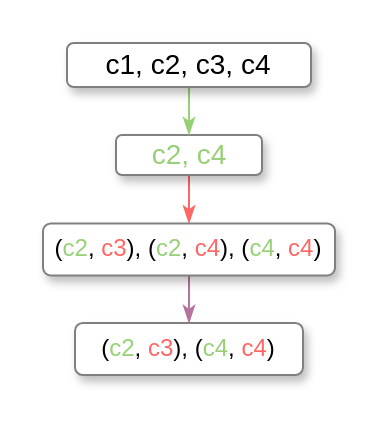
The draw.io diagram 1cc.drawio in zhoucz97/paper_figure, before the edit. Source tidied: cells renumbered, new cells numbered last; positions are measured from the earlier drawing's top-left corner, leaving out a move shared by most shapes. Both pictures are drawn from the tidied source at 200%, with x=0, y=0 at pixel (42, 42).
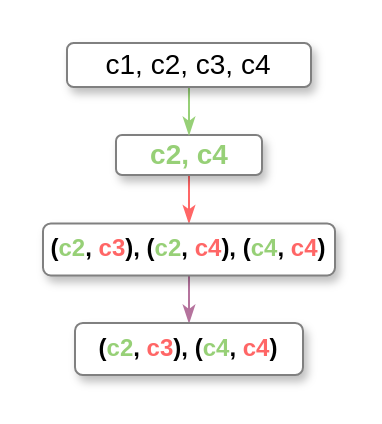
The same diagram, later.

Change to the diagram source:
```diff
@@
 <mxGraphModel>
   <root>
     <mxCell id="0" />
     <mxCell id="1" parent="0" />
     <mxCell id="2" style="edgeStyle=orthogonalEdgeStyle;rounded=0;jettySize=auto;html=1;entryX=0.5;entryY=0;entryDx=0;entryDy=0;strokeColor=#FF6666;endArrow=classicThin;endFill=1;" parent="1" edge="1" source="3" target="7">
       <mxGeometry relative="1" as="geometry" />
     </mxCell>
-    <mxCell id="3" value="&lt;font style=&quot;font-size: 14px&quot; color=&quot;#97d077&quot;&gt;c2, c4&lt;/font&gt;" style="rounded=1;whiteSpace=wrap;html=1;strokeWidth=1;sketch=0;glass=0;shadow=1;strokeColor=#808080;" parent="1" vertex="1">
+    <mxCell id="3" value="&lt;font style=&quot;font-size: 14px&quot; color=&quot;#97d077&quot;&gt;&lt;b&gt;c2, c4&lt;/b&gt;&lt;/font&gt;" style="rounded=1;whiteSpace=wrap;html=1;strokeWidth=1;sketch=0;glass=0;shadow=1;strokeColor=#808080;" parent="1" vertex="1">
       <mxGeometry x="36.5" y="46" width="73" height="20" as="geometry" />
     </mxCell>
     <mxCell id="4" style="edgeStyle=orthogonalEdgeStyle;rounded=0;jettySize=auto;html=1;strokeColor=#97D077;endArrow=classicThin;endFill=1;" parent="1" edge="1" source="5" target="3">
       <mxGeometry relative="1" as="geometry" />
     </mxCell>
     <mxCell id="5" value="&lt;font style=&quot;font-size: 14px&quot;&gt;c1, c2, c3, c4&lt;/font&gt;" style="rounded=1;whiteSpace=wrap;html=1;strokeWidth=1;perimeterSpacing=0;shadow=1;sketch=0;glass=0;strokeColor=#808080;" parent="1" vertex="1">
       <mxGeometry x="12" width="122" height="22" as="geometry" />
     </mxCell>
     <mxCell id="6" style="edgeStyle=orthogonalEdgeStyle;rounded=0;jettySize=auto;html=1;strokeColor=#B5739D;endArrow=classicThin;endFill=1;" parent="1" edge="1" source="7" target="8">
       <mxGeometry relative="1" as="geometry" />
     </mxCell>
-    <mxCell id="7" value="&lt;font style=&quot;font-size: 12px&quot;&gt;(&lt;font color=&quot;#97d077&quot;&gt;c2&lt;/font&gt;, &lt;font color=&quot;#ff6666&quot;&gt;c3&lt;/font&gt;), (&lt;font color=&quot;#97d077&quot;&gt;c2&lt;/font&gt;, &lt;font color=&quot;#ff6666&quot;&gt;c4&lt;/font&gt;), (&lt;font color=&quot;#97d077&quot;&gt;c4&lt;/font&gt;, &lt;font color=&quot;#ff6666&quot;&gt;c4&lt;/font&gt;)&lt;/font&gt;" style="rounded=1;whiteSpace=wrap;html=1;strokeWidth=1;sketch=0;shadow=1;strokeColor=#808080;" parent="1" vertex="1">
+    <mxCell id="7" value="&lt;font style=&quot;font-size: 12px&quot;&gt;&lt;b&gt;(&lt;font color=&quot;#97d077&quot;&gt;c2&lt;/font&gt;, &lt;font color=&quot;#ff6666&quot;&gt;c3&lt;/font&gt;), (&lt;font color=&quot;#97d077&quot;&gt;c2&lt;/font&gt;, &lt;font color=&quot;#ff6666&quot;&gt;c4&lt;/font&gt;), (&lt;font color=&quot;#97d077&quot;&gt;c4&lt;/font&gt;, &lt;font color=&quot;#ff6666&quot;&gt;c4&lt;/font&gt;)&lt;/b&gt;&lt;/font&gt;" style="rounded=1;whiteSpace=wrap;html=1;strokeWidth=1;sketch=0;shadow=1;strokeColor=#808080;" parent="1" vertex="1">
       <mxGeometry y="90.2" width="146" height="26" as="geometry" />
     </mxCell>
-    <mxCell id="8" value="&lt;font style=&quot;font-size: 12px&quot;&gt;(&lt;font color=&quot;#97d077&quot;&gt;c2&lt;/font&gt;, &lt;font color=&quot;#ff6666&quot;&gt;c3&lt;/font&gt;), (&lt;font color=&quot;#97d077&quot;&gt;c4&lt;/font&gt;, &lt;font color=&quot;#ff6666&quot;&gt;c4&lt;/font&gt;)&lt;/font&gt;" style="rounded=1;whiteSpace=wrap;html=1;strokeWidth=1;sketch=0;shadow=1;strokeColor=#808080;" parent="1" vertex="1">
+    <mxCell id="8" value="&lt;font style=&quot;font-size: 12px&quot;&gt;&lt;b&gt;(&lt;font color=&quot;#97d077&quot;&gt;c2&lt;/font&gt;, &lt;font color=&quot;#ff6666&quot;&gt;c3&lt;/font&gt;), (&lt;font color=&quot;#97d077&quot;&gt;c4&lt;/font&gt;, &lt;font color=&quot;#ff6666&quot;&gt;c4&lt;/font&gt;)&lt;/b&gt;&lt;/font&gt;" style="rounded=1;whiteSpace=wrap;html=1;strokeWidth=1;sketch=0;shadow=1;strokeColor=#808080;" parent="1" vertex="1">
       <mxGeometry x="16" y="140" width="114" height="26" as="geometry" />
     </mxCell>
   </root>
 </mxGraphModel>
```
